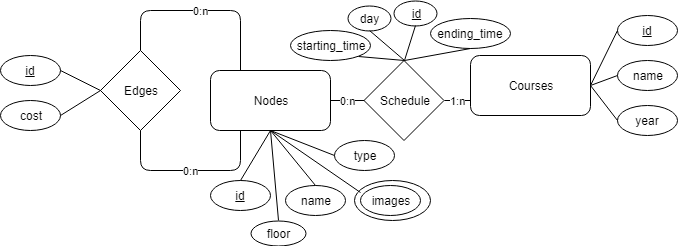
Before: project_ARGuide/information_architecture/ER Diagram(s)/image format/Building ER Diagram.png, a diagram exported from draw.io (Alexandru2909/Software-Engineering-E2). Source tidied: cells renumbered, new cells last; positions are measured from the earlier drawing's top-left corner, leaving out a move shared by most shapes.
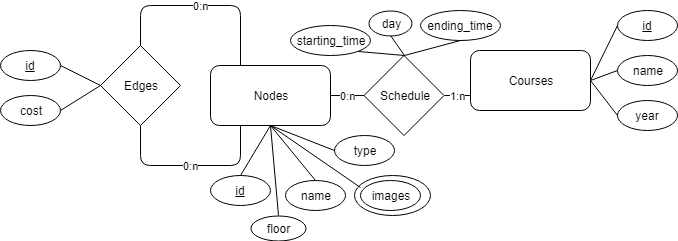
After the commit.

Change to the diagram source:
```diff
@@ -27,10 +27,10 @@
       <mxGeometry x="290" y="30" width="80" height="30" as="geometry" />
     </mxCell>
     <mxCell id="10" value="ending_time" style="ellipse;whiteSpace=wrap;html=1;" parent="1" vertex="1">
-      <mxGeometry x="430" y="17.5" width="80" height="30" as="geometry" />
+      <mxGeometry x="420" y="15" width="80" height="30" as="geometry" />
     </mxCell>
     <mxCell id="11" value="day" style="ellipse;whiteSpace=wrap;html=1;" parent="1" vertex="1">
-      <mxGeometry x="347" y="5" width="43" height="25" as="geometry" />
+      <mxGeometry x="368.5" y="15" width="43" height="25" as="geometry" />
     </mxCell>
     <mxCell id="12" value="floor" style="ellipse;whiteSpace=wrap;html=1;" parent="1" vertex="1">
       <mxGeometry x="250" y="220" width="55" height="25" as="geometry" />
@@ -119,11 +119,5 @@
         <mxPoint x="270" y="130" as="targetPoint" />
       </mxGeometry>
     </mxCell>
-    <mxCell id="37" value="id" style="ellipse;whiteSpace=wrap;html=1;fontStyle=4;" parent="1" vertex="1">
-      <mxGeometry x="393.5" width="43" height="25" as="geometry" />
-    </mxCell>
-    <mxCell id="38" style="endArrow=none;html=1;entryX=0.5;entryY=1;entryDx=0;entryDy=0;exitX=0.5;exitY=0;exitDx=0;exitDy=0;" parent="1" edge="1" source="6" target="37">
-      <mxGeometry relative="1" as="geometry" />
-    </mxCell>
   </root>
 </mxGraphModel>
```
